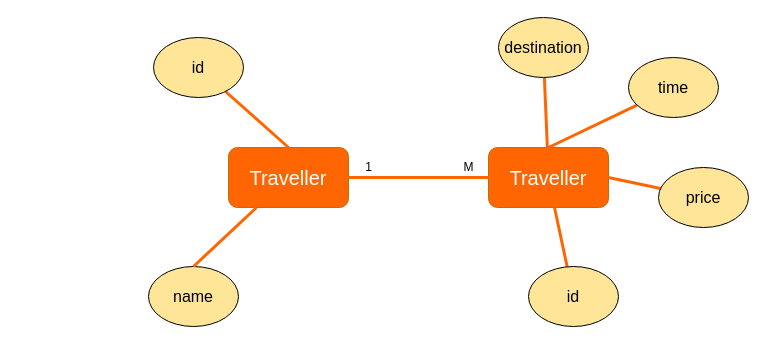
Above: 票務系統ERD+Schema.drawio in z88243310/bins (draw.io), before the change. Source tidied: cells renumbered, new cells numbered last; positions are measured from the earlier drawing's top-left corner, leaving out a move shared by most shapes. Both pictures are drawn from the tidied source at 100%, with x=0, y=0 at pixel (148, 17).
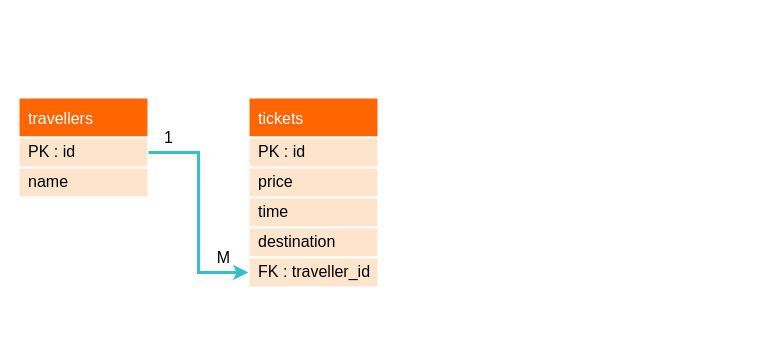
The same page after the edit.

Commit message:
更新票務系統ERD+Schema.drawio

The edit, as a diff of the source:
```diff
@@
 <mxGraphModel>
   <root>
     <mxCell id="0" />
     <mxCell id="1" parent="0" />
-    <mxCell id="2" value="Traveller" style="rounded=1;whiteSpace=wrap;html=1;fillColor=#FF6602;strokeColor=#BD7000;fontColor=#FFFFFF;fontSize=20;" parent="1" vertex="1">
-      <mxGeometry x="80" y="130" width="120" height="60" as="geometry" />
-    </mxCell>
+    <mxCell id="19" value="travellers" style="swimlane;fontStyle=0;horizontal=1;startSize=40;align=left;fontSize=16;fontColor=#FFFFFF;fillColor=#FF6602;spacing=0;strokeColor=#FFFFFF;strokeWidth=2;spacingLeft=10;" parent="1" vertex="1">
+      <mxGeometry x="-130" y="80" width="130" height="100" as="geometry" />
+    </mxCell>
+    <mxCell id="20" value="PK : id" style="text;strokeColor=#FFFFFF;fillColor=#FDE5CD;spacingLeft=10;spacingRight=0;overflow=hidden;points=[[0,0.5],[1,0.5]];portConstraint=eastwest;fontSize=16;strokeWidth=2;perimeterSpacing=0;sketch=0;shadow=0;rounded=0;glass=0;spacing=0;fontStyle=0;" parent="19" vertex="1">
+      <mxGeometry y="40" width="130" height="30" as="geometry" />
+    </mxCell>
+    <mxCell id="8" value="name" style="text;strokeColor=#FFFFFF;fillColor=#FDE5CD;spacingLeft=10;spacingRight=0;overflow=hidden;points=[[0,0.5],[1,0.5]];portConstraint=eastwest;fontSize=16;strokeWidth=2;sketch=0;shadow=0;rounded=0;glass=0;spacing=0;" parent="19" vertex="1">
+      <mxGeometry y="70" width="130" height="30" as="geometry" />
+    </mxCell>
+    <mxCell id="21" value="tickets" style="swimlane;fontStyle=0;horizontal=1;startSize=40;align=left;fontSize=16;fontColor=#FFFFFF;fillColor=#FF6602;spacing=0;strokeColor=#FFFFFF;strokeWidth=2;spacingLeft=10;" parent="1" vertex="1">
+      <mxGeometry x="100" y="80" width="130" height="190" as="geometry" />
+    </mxCell>
+    <mxCell id="22" value="PK : id" style="text;strokeColor=#FFFFFF;fillColor=#FDE5CD;spacingLeft=10;spacingRight=0;overflow=hidden;fontSize=16;strokeWidth=2;perimeterSpacing=0;sketch=0;shadow=0;rounded=0;glass=0;spacing=0;fontStyle=0;" parent="21" vertex="1">
+      <mxGeometry y="40" width="130" height="30" as="geometry" />
+    </mxCell>
+    <mxCell id="12" value="price" style="text;strokeColor=#FFFFFF;fillColor=#FDE5CD;spacingLeft=10;spacingRight=0;overflow=hidden;points=[[0,0.5],[1,0.5]];portConstraint=eastwest;fontSize=16;strokeWidth=2;sketch=0;shadow=0;rounded=0;glass=0;spacing=0;" parent="21" vertex="1">
+      <mxGeometry y="70" width="130" height="30" as="geometry" />
+    </mxCell>
+    <mxCell id="14" value="time" style="text;strokeColor=#FFFFFF;fillColor=#FDE5CD;spacingLeft=10;spacingRight=0;overflow=hidden;points=[[0,0.5],[1,0.5]];portConstraint=eastwest;fontSize=16;strokeWidth=2;sketch=0;shadow=0;rounded=0;glass=0;spacing=0;" parent="21" vertex="1">
+      <mxGeometry y="100" width="130" height="30" as="geometry" />
+    </mxCell>
+    <mxCell id="16" value="destination" style="text;strokeColor=#FFFFFF;fillColor=#FDE5CD;spacingLeft=10;spacingRight=0;overflow=hidden;points=[[0,0.5],[1,0.5]];portConstraint=eastwest;fontSize=16;strokeWidth=2;sketch=0;shadow=0;rounded=0;glass=0;spacing=0;" parent="21" vertex="1">
+      <mxGeometry y="130" width="130" height="30" as="geometry" />
+    </mxCell>
+    <mxCell id="23" value="FK : traveller_id" style="text;strokeColor=#FFFFFF;fillColor=#FDE5CD;spacingLeft=10;spacingRight=0;overflow=hidden;points=[[0,0.5],[1,0.5]];portConstraint=eastwest;fontSize=16;strokeWidth=2;sketch=0;shadow=0;rounded=0;glass=0;spacing=0;" parent="21" vertex="1">
+      <mxGeometry y="160" width="130" height="30" as="geometry" />
+    </mxCell>
+    <mxCell id="24" style="edgeStyle=orthogonalEdgeStyle;rounded=0;jettySize=auto;html=1;fontSize=16;fontColor=#FFFFFF;strokeWidth=3;strokeColor=#33BFCC;" parent="1" edge="1" source="20" target="23">
+      <mxGeometry relative="1" as="geometry" />
+    </mxCell>
-    <mxCell id="3" value="1" style="text;html=1;align=center;verticalAlign=middle;strokeColor=none;fillColor=none;" parent="1" vertex="1">
-      <mxGeometry x="210" y="140" width="20" height="20" as="geometry" />
+    <mxCell id="3" value="&lt;div&gt;1&lt;/div&gt;" style="text;html=1;align=center;verticalAlign=middle;strokeColor=none;fillColor=none;fontSize=16;fontColor=#000000;" parent="1" vertex="1">
+      <mxGeometry x="10" y="110" width="20" height="20" as="geometry" />
     </mxCell>
-    <mxCell id="4" value="&lt;div&gt;M&lt;/div&gt;" style="text;html=1;align=center;verticalAlign=middle;strokeColor=none;fillColor=none;" parent="1" vertex="1">
-      <mxGeometry x="310" y="140" width="20" height="20" as="geometry" />
+    <mxCell id="4" value="M" style="text;html=1;align=center;verticalAlign=middle;strokeColor=none;fillColor=none;fontSize=16;fontColor=#000000;" parent="1" vertex="1">
+      <mxGeometry x="60" y="230" width="30" height="20" as="geometry" />
     </mxCell>
-    <mxCell id="5" style="edgeStyle=none;rounded=0;jettySize=auto;html=1;entryX=0.5;entryY=0;entryDx=0;entryDy=0;fontSize=16;fontColor=#FFFFFF;endArrow=none;endFill=0;strokeColor=#FF6602;strokeWidth=3;" parent="1" edge="1" source="6" target="2">
-      <mxGeometry relative="1" as="geometry" />
-    </mxCell>
-    <mxCell id="6" value="id" style="ellipse;whiteSpace=wrap;html=1;fillColor=#FFE598;fontSize=16;" parent="1" vertex="1">
-      <mxGeometry x="5" y="20" width="90" height="60" as="geometry" />
-    </mxCell>
-    <mxCell id="7" value="Traveller" style="rounded=1;whiteSpace=wrap;html=1;fillColor=#FF6602;strokeColor=#BD7000;fontColor=#FFFFFF;fontSize=20;" parent="1" vertex="1">
-      <mxGeometry x="340" y="130" width="120" height="60" as="geometry" />
-    </mxCell>
-    <mxCell id="8" value="name" style="ellipse;whiteSpace=wrap;html=1;fillColor=#FFE598;fontSize=16;" parent="1" vertex="1">
-      <mxGeometry y="249" width="90" height="60" as="geometry" />
-    </mxCell>
-    <mxCell id="9" style="edgeStyle=none;rounded=0;jettySize=auto;html=1;fontSize=16;fontColor=#FFFFFF;endArrow=none;endFill=0;strokeColor=#FF6602;strokeWidth=3;" parent="1" edge="1" source="10">
-      <mxGeometry relative="1" as="geometry">
-        <mxPoint x="406" y="190" as="targetPoint" />
-      </mxGeometry>
-    </mxCell>
-    <mxCell id="10" value="id" style="ellipse;whiteSpace=wrap;html=1;fillColor=#FFE598;fontSize=16;" parent="1" vertex="1">
-      <mxGeometry x="380" y="249" width="90" height="60" as="geometry" />
-    </mxCell>
-    <mxCell id="11" style="edgeStyle=none;rounded=0;jettySize=auto;html=1;entryX=1;entryY=0.5;entryDx=0;entryDy=0;fontSize=16;fontColor=#FFFFFF;endArrow=none;endFill=0;strokeColor=#FF6602;strokeWidth=3;" parent="1" edge="1" source="12" target="7">
-      <mxGeometry relative="1" as="geometry" />
-    </mxCell>
-    <mxCell id="12" value="price" style="ellipse;whiteSpace=wrap;html=1;fillColor=#FFE598;fontSize=16;" parent="1" vertex="1">
-      <mxGeometry x="510" y="150" width="90" height="60" as="geometry" />
-    </mxCell>
-    <mxCell id="13" style="edgeStyle=none;rounded=0;jettySize=auto;html=1;entryX=0.5;entryY=0;entryDx=0;entryDy=0;fontSize=16;fontColor=#FFFFFF;endArrow=none;endFill=0;strokeColor=#FF6602;strokeWidth=3;" parent="1" edge="1" source="14" target="7">
-      <mxGeometry relative="1" as="geometry" />
-    </mxCell>
-    <mxCell id="14" value="time" style="ellipse;whiteSpace=wrap;html=1;fillColor=#FFE598;fontSize=16;" parent="1" vertex="1">
-      <mxGeometry x="480" y="40" width="90" height="60" as="geometry" />
-    </mxCell>
-    <mxCell id="15" style="edgeStyle=none;rounded=0;jettySize=auto;html=1;fontSize=16;fontColor=#FFFFFF;endArrow=none;endFill=0;strokeColor=#FF6602;strokeWidth=3;" parent="1" edge="1" source="16" target="7">
-      <mxGeometry relative="1" as="geometry" />
-    </mxCell>
-    <mxCell id="16" value="destination" style="ellipse;whiteSpace=wrap;html=1;fillColor=#FFE598;fontSize=16;" parent="1" vertex="1">
-      <mxGeometry x="350" width="90" height="60" as="geometry" />
-    </mxCell>
-    <mxCell id="17" style="edgeStyle=none;rounded=0;jettySize=auto;html=1;fontSize=16;fontColor=#FFFFFF;endArrow=none;endFill=0;strokeColor=#FF6602;strokeWidth=3;exitX=0.5;exitY=0;exitDx=0;exitDy=0;" parent="1" edge="1" source="8" target="2">
-      <mxGeometry relative="1" as="geometry" />
-    </mxCell>
-    <mxCell id="18" style="edgeStyle=none;rounded=0;jettySize=auto;html=1;fontSize=16;fontColor=#FFFFFF;endArrow=none;endFill=0;strokeColor=#FF6602;strokeWidth=3;entryX=0;entryY=0.5;entryDx=0;entryDy=0;" parent="1" edge="1" source="2" target="7">
-      <mxGeometry relative="1" as="geometry" />
-    </mxCell>
   </root>
 </mxGraphModel>
```
